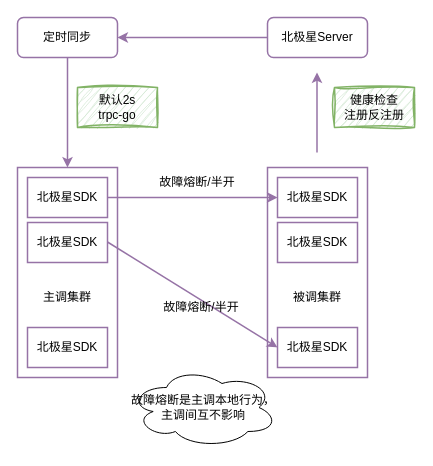
The draw.io diagram base/北极星熔断流程.drawio in melonshell/draw.io, before the edit. Source tidied: cells renumbered, new cells numbered last; positions are measured from the earlier drawing's top-left corner, leaving out a move shared by most shapes. Both pictures are drawn from the tidied source at 100%, with x=0, y=0 at pixel (17, 17).
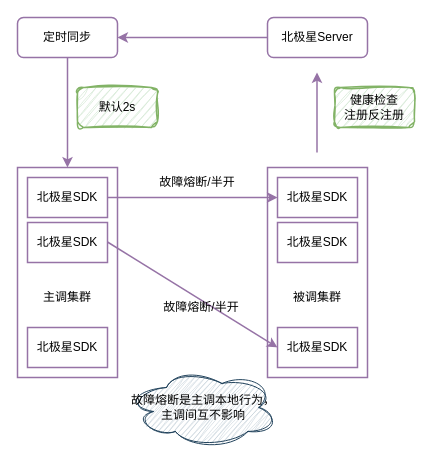
The same page after the edit.

Commit message:
更新北极星熔断流程.drawio

What changed in the source:
```diff
@@
-    <mxCell id="15" value="健康检查&lt;br&gt;注册反注册" style="rounded=0;whiteSpace=wrap;html=1;fillColor=#d5e8d4;strokeWidth=1.5;strokeColor=#82b366;sketch=1;curveFitting=1;jiggle=2;" parent="1" vertex="1">
+    <mxCell id="15" value="健康检查&lt;br&gt;注册反注册" style="rounded=1;whiteSpace=wrap;html=1;fillColor=#d5e8d4;strokeWidth=1.5;strokeColor=#82b366;sketch=1;curveFitting=1;jiggle=2;" parent="1" vertex="1">
       <mxGeometry x="317" y="70" width="80" height="40" as="geometry" />
     </mxCell>
@@
-    <mxCell id="22" value="故障熔断是主调本地行为，&lt;br&gt;主调间互不影响" style="ellipse;shape=cloud;whiteSpace=wrap;html=1;" parent="1" vertex="1">
+    <mxCell id="22" value="故障熔断是主调本地行为，&lt;br&gt;主调间互不影响" style="ellipse;shape=cloud;whiteSpace=wrap;html=1;fillColor=#bac8d3;strokeColor=#23445d;sketch=1;curveFitting=1;jiggle=2;" parent="1" vertex="1">
       <mxGeometry x="112" y="350" width="148" height="80" as="geometry" />
     </mxCell>
-    <mxCell id="23" value="默认2s&lt;br&gt;trpc-go" style="rounded=0;whiteSpace=wrap;html=1;fillColor=#d5e8d4;strokeWidth=1.5;strokeColor=#82b366;sketch=1;curveFitting=1;jiggle=2;" parent="1" vertex="1">
+    <mxCell id="23" value="默认2s" style="rounded=1;whiteSpace=wrap;html=1;fillColor=#d5e8d4;strokeWidth=1.5;strokeColor=#82b366;sketch=1;curveFitting=1;jiggle=2;" parent="1" vertex="1">
       <mxGeometry x="60" y="70" width="80" height="40" as="geometry" />
     </mxCell>
```
